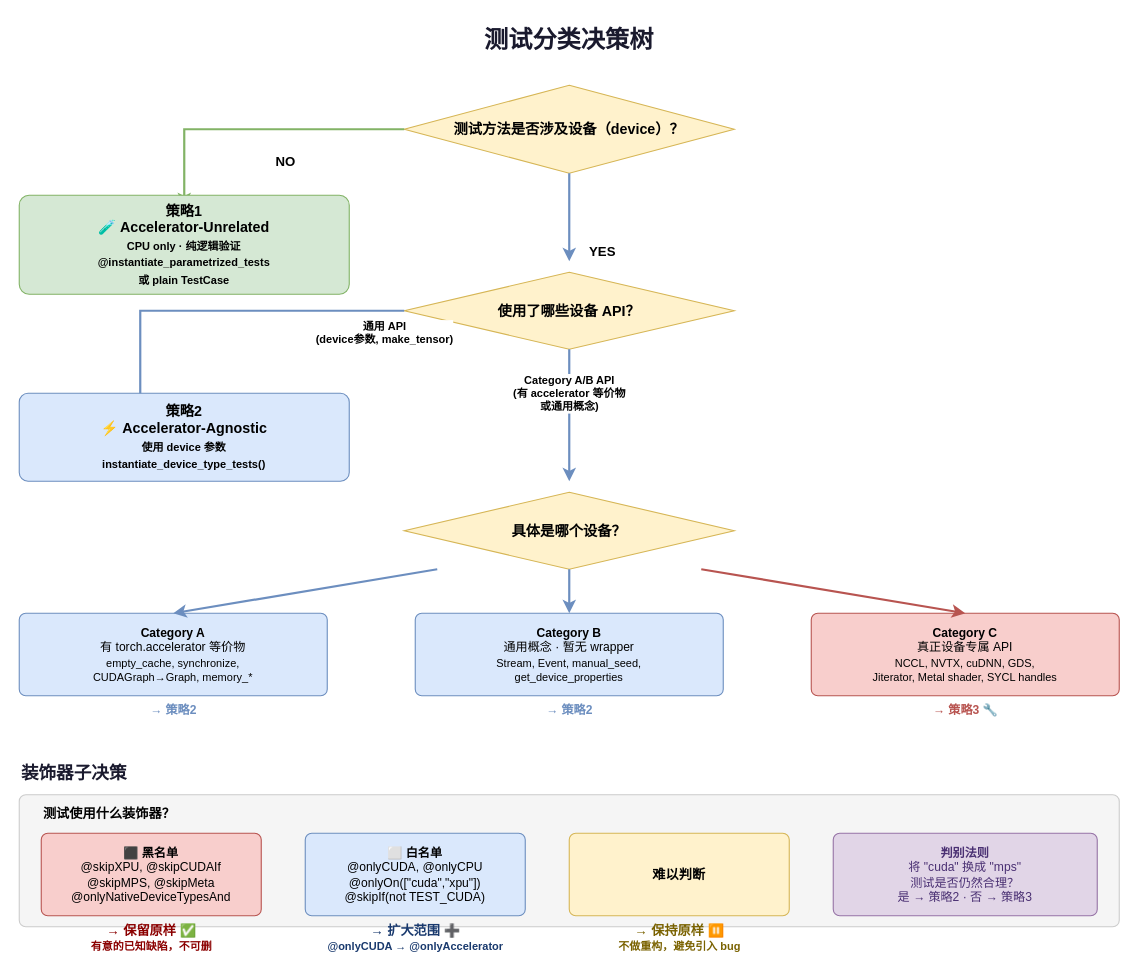
Earlier version of the draw.io diagram pytorch-test-refactoring/.assets/diagrams/decision-tree.drawio (KarhouTam/agent-skills). Source tidied: cells renumbered, new cells numbered last; positions are measured from the earlier drawing's top-left corner, leaving out a move shared by most shapes. Both pictures are drawn from the tidied source at 110%, with x=0, y=0 at pixel (19, 19).
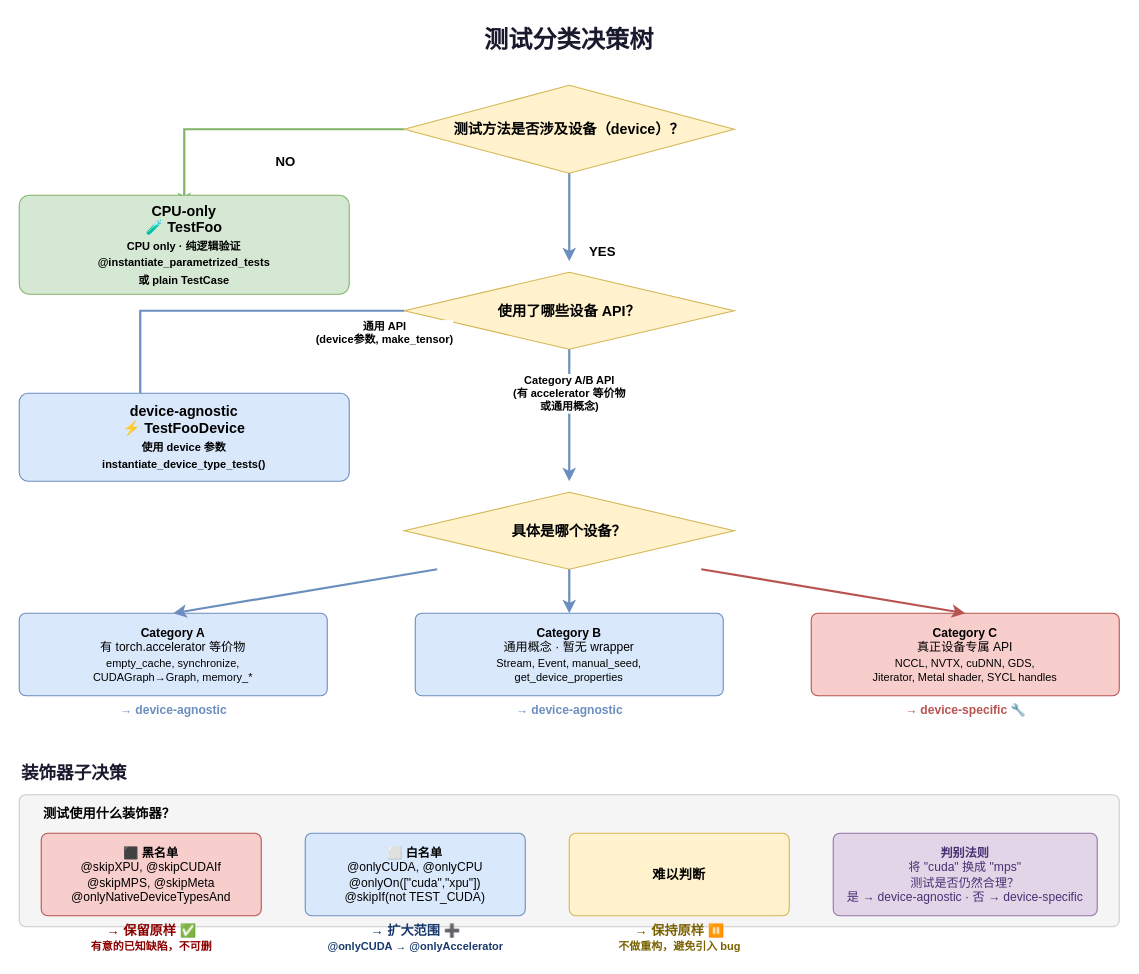
The same diagram, later.

What changed in the source:
```diff
@@
-    <mxCell id="5" value="策略1&lt;br&gt;🧪 Accelerator-Unrelated&lt;br&gt;&lt;font style=&quot;font-size:10px&quot;&gt;CPU only · 纯逻辑验证&lt;br&gt;@instantiate_parametrized_tests&lt;br&gt;或 plain TestCase&lt;/font&gt;" style="rounded=1;whiteSpace=wrap;html=1;fillColor=#d5e8d4;strokeColor=#82b366;arcSize=10;fontSize=13;fontStyle=1;" parent="1" vertex="1">
+    <mxCell id="5" value="CPU-only&lt;br&gt;🧪 TestFoo&lt;br&gt;&lt;font style=&quot;font-size:10px&quot;&gt;CPU only · 纯逻辑验证&lt;br&gt;@instantiate_parametrized_tests&lt;br&gt;或 plain TestCase&lt;/font&gt;" style="rounded=1;whiteSpace=wrap;html=1;fillColor=#d5e8d4;strokeColor=#82b366;arcSize=10;fontSize=13;fontStyle=1;" parent="1" vertex="1">
       <mxGeometry y="160" width="300" height="90" as="geometry" />
     </mxCell>
@@
-    <mxCell id="9" value="策略2&lt;br&gt;⚡ Accelerator-Agnostic&lt;br&gt;&lt;font style=&quot;font-size:10px&quot;&gt;使用 device 参数&lt;br&gt;instantiate_device_type_tests()&lt;/font&gt;" style="rounded=1;whiteSpace=wrap;html=1;fillColor=#dae8fc;strokeColor=#6c8ebf;arcSize=10;fontSize=13;fontStyle=1;" parent="1" vertex="1">
+    <mxCell id="9" value="device-agnostic&lt;br&gt;⚡ TestFooDevice&lt;br&gt;&lt;font style=&quot;font-size:10px&quot;&gt;使用 device 参数&lt;br&gt;instantiate_device_type_tests()&lt;/font&gt;" style="rounded=1;whiteSpace=wrap;html=1;fillColor=#dae8fc;strokeColor=#6c8ebf;arcSize=10;fontSize=13;fontStyle=1;" parent="1" vertex="1">
       <mxGeometry y="340" width="300" height="80" as="geometry" />
     </mxCell>
@@
-    <mxCell id="18" value="→ 策略2" style="text;html=1;strokeColor=none;fillColor=none;align=center;fontSize=11;fontStyle=1;fontColor=#6c8ebf;" parent="1" vertex="1">
+    <mxCell id="18" value="→ device-agnostic" style="text;html=1;strokeColor=none;fillColor=none;align=center;fontSize=11;fontStyle=1;fontColor=#6c8ebf;" parent="1" vertex="1">
       <mxGeometry x="50" y="615" width="180" height="20" as="geometry" />
     </mxCell>
-    <mxCell id="19" value="→ 策略2" style="text;html=1;strokeColor=none;fillColor=none;align=center;fontSize=11;fontStyle=1;fontColor=#6c8ebf;" parent="1" vertex="1">
+    <mxCell id="19" value="→ device-agnostic" style="text;html=1;strokeColor=none;fillColor=none;align=center;fontSize=11;fontStyle=1;fontColor=#6c8ebf;" parent="1" vertex="1">
       <mxGeometry x="410" y="615" width="180" height="20" as="geometry" />
     </mxCell>
-    <mxCell id="20" value="→ 策略3 🔧" style="text;html=1;strokeColor=none;fillColor=none;align=center;fontSize=11;fontStyle=1;fontColor=#b85450;" parent="1" vertex="1">
+    <mxCell id="20" value="→ device-specific 🔧" style="text;html=1;strokeColor=none;fillColor=none;align=center;fontSize=11;fontStyle=1;fontColor=#b85450;" parent="1" vertex="1">
       <mxGeometry x="770" y="615" width="180" height="20" as="geometry" />
     </mxCell>
@@
-    <mxCell id="31" value="&lt;b&gt;判别法则&lt;/b&gt;&lt;br&gt;将 &quot;cuda&quot; 换成 &quot;mps&quot;&lt;br&gt;测试是否仍然合理？&lt;br&gt;是 → 策略2 · 否 → 策略3" style="text;html=1;strokeColor=none;fillColor=none;align=center;verticalAlign=middle;whiteSpace=wrap;fontSize=11;fontColor=#4a3073;" parent="1" vertex="1">
+    <mxCell id="31" value="&lt;b&gt;判别法则&lt;/b&gt;&lt;br&gt;将 &quot;cuda&quot; 换成 &quot;mps&quot;&lt;br&gt;测试是否仍然合理？&lt;br&gt;是 → device-agnostic · 否 → device-specific" style="text;html=1;strokeColor=none;fillColor=none;align=center;verticalAlign=middle;whiteSpace=wrap;fontSize=11;fontColor=#4a3073;" parent="1" vertex="1">
       <mxGeometry x="745" y="745" width="230" height="65" as="geometry" />
     </mxCell>
```
